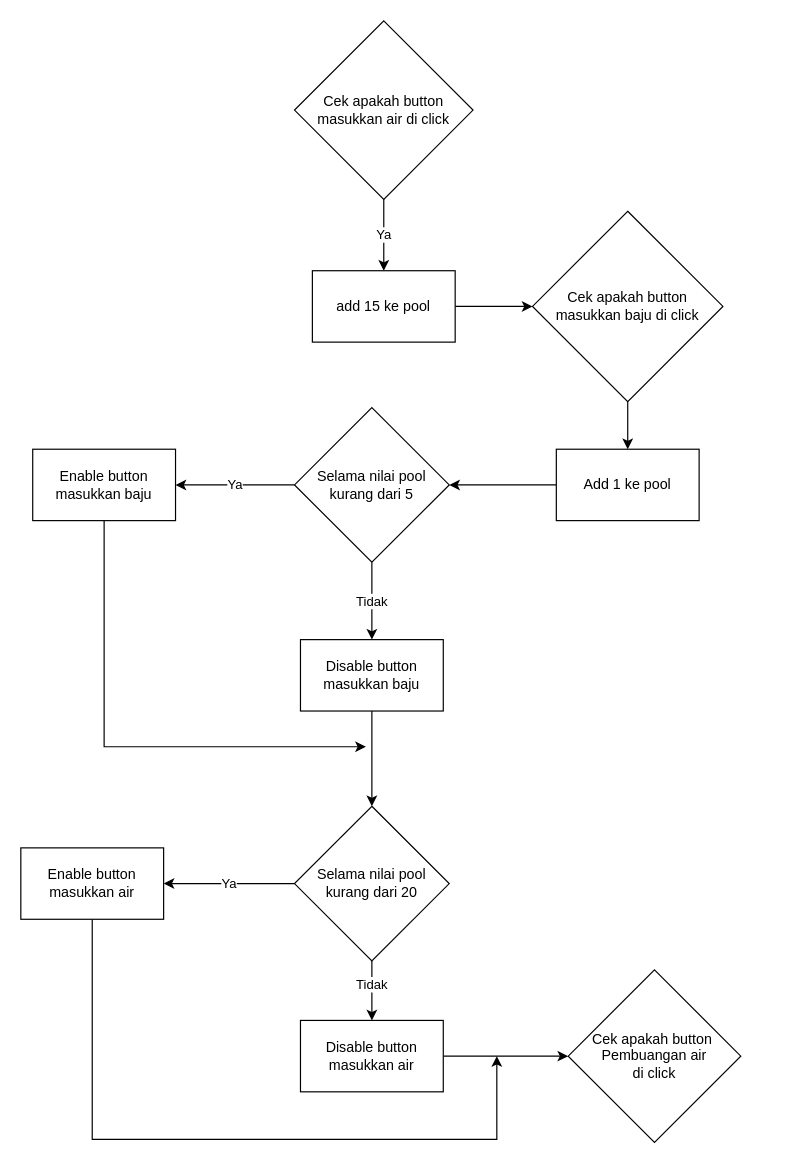
Above: ammar.drawio in ArisHengkerPro/PENS (draw.io), before the change. Source tidied: cells renumbered, new cells numbered last; positions are measured from the earlier drawing's top-left corner, leaving out a move shared by most shapes. Both pictures are drawn from the tidied source at 119%, with x=0, y=0 at pixel (20, 20).
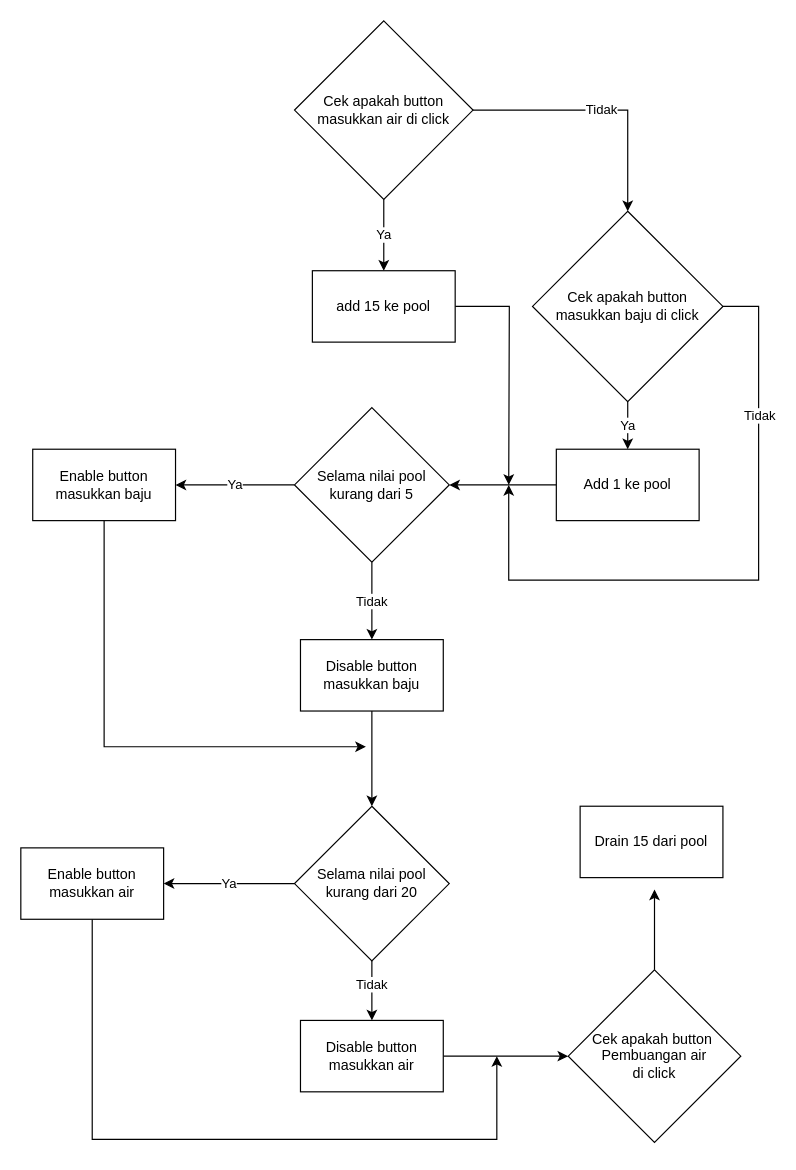
The same diagram, later.

Unchanged cells that the change refers to:
```xml
<mxCell id="3" value="Cek apakah button&lt;br&gt;masukkan air di click" style="rhombus;whiteSpace=wrap;html=1;" parent="1" vertex="1">
  <mxGeometry x="230" width="150" height="150" as="geometry" />
</mxCell>
<mxCell id="5" value="add 15 ke pool" style="rounded=0;whiteSpace=wrap;html=1;" parent="1" vertex="1">
  <mxGeometry x="245" y="210" width="120" height="60" as="geometry" />
</mxCell>
<mxCell id="7" value="Cek apakah button&lt;br&gt;masukkan baju di click" style="rhombus;whiteSpace=wrap;html=1;" parent="1" vertex="1">
  <mxGeometry x="430" y="160" width="160" height="160" as="geometry" />
</mxCell>
<mxCell id="9" value="Add 1 ke pool" style="rounded=0;whiteSpace=wrap;html=1;" parent="1" vertex="1">
  <mxGeometry x="450" y="360" width="120" height="60" as="geometry" />
</mxCell>
<mxCell id="25" value="Cek apakah button&amp;nbsp;&lt;br&gt;Pembuangan air&lt;br&gt;di click" style="rhombus;whiteSpace=wrap;html=1;" parent="1" vertex="1">
  <mxGeometry x="460" y="797.5" width="145" height="145" as="geometry" />
</mxCell>
```

The edit, as a diff of the source:
```diff
@@
+    <mxCell id="26" value="Tidak" style="edgeStyle=orthogonalEdgeStyle;rounded=0;jettySize=auto;html=1;entryX=0.5;entryY=0;entryDx=0;entryDy=0;" parent="1" edge="1" source="3" target="7">
+      <mxGeometry relative="1" as="geometry" />
+    </mxCell>
@@
-    <mxCell id="4" style="edgeStyle=orthogonalEdgeStyle;rounded=0;jettySize=auto;html=1;entryX=0;entryY=0.5;entryDx=0;entryDy=0;" parent="1" edge="1" source="5" target="7">
-      <mxGeometry relative="1" as="geometry" />
+    <mxCell id="4" style="edgeStyle=orthogonalEdgeStyle;rounded=0;jettySize=auto;html=1;" parent="1" edge="1" source="5">
+      <mxGeometry relative="1" as="geometry">
+        <mxPoint x="410" y="390" as="targetPoint" />
+      </mxGeometry>
     </mxCell>
@@
-    <mxCell id="6" style="edgeStyle=orthogonalEdgeStyle;rounded=0;jettySize=auto;html=1;entryX=0.5;entryY=0;entryDx=0;entryDy=0;exitX=0.5;exitY=1;exitDx=0;exitDy=0;" parent="1" edge="1" source="7" target="9">
+    <mxCell id="6" value="Ya" style="edgeStyle=orthogonalEdgeStyle;rounded=0;jettySize=auto;html=1;entryX=0.5;entryY=0;entryDx=0;entryDy=0;exitX=0.5;exitY=1;exitDx=0;exitDy=0;" parent="1" edge="1" source="7" target="9">
       <mxGeometry relative="1" as="geometry" />
     </mxCell>
+    <mxCell id="27" style="edgeStyle=orthogonalEdgeStyle;rounded=0;jettySize=auto;html=1;" parent="1" edge="1" source="7">
+      <mxGeometry relative="1" as="geometry">
+        <mxPoint x="410" y="390" as="targetPoint" />
+        <Array as="points">
+          <mxPoint x="620" y="240" />
+          <mxPoint x="620" y="470" />
+          <mxPoint x="410" y="470" />
+        </Array>
+      </mxGeometry>
+    </mxCell>
+    <mxCell id="28" value="Tidak" style="edgeLabel;html=1;align=center;verticalAlign=middle;" parent="27" vertex="1">
+      <mxGeometry x="-0.56" relative="1" as="geometry" />
+    </mxCell>
@@
+    <mxCell id="29" style="edgeStyle=orthogonalEdgeStyle;rounded=0;jettySize=auto;html=1;" parent="1" edge="1" source="25">
+      <mxGeometry relative="1" as="geometry">
+        <mxPoint x="532.5" y="730" as="targetPoint" />
+      </mxGeometry>
+    </mxCell>
@@
+    <mxCell id="30" value="Drain 15 dari pool" style="rounded=0;whiteSpace=wrap;html=1;" parent="1" vertex="1">
+      <mxGeometry x="470" y="660" width="120" height="60" as="geometry" />
+    </mxCell>
```
